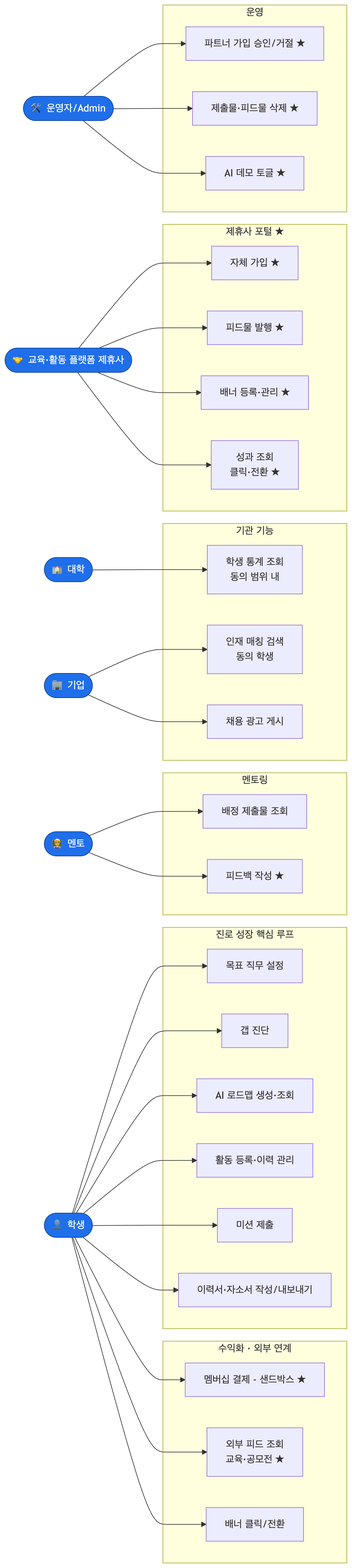
The Mermaid diagram docs/diagrams/png/1-usecase.png in hsg9013/AI-career-roadmap, before a commit. Its source is kept beside it as docs/diagrams/src/1-usecase.mmd. Its diagram source:
```mermaid
flowchart LR
  학생([👤 학생]):::actor
  멘토([🧑‍🏫 멘토]):::actor
  대학([🏫 대학]):::actor
  기업([🏢 기업]):::actor
  제휴사([🤝 교육·활동 플랫폼 제휴사]):::actor
  운영자([🛠️ 운영자/Admin]):::actor

  subgraph 진로성장["진로 성장 핵심 루프"]
    UC1[목표 직무 설정]
    UC2[갭 진단]
    UC3[AI 로드맵 생성·조회]
    UC4[활동 등록·이력 관리]
    UC5[미션 제출]
    UC6[이력서·자소서 작성/내보내기]
  end

  subgraph 멘토링["멘토링"]
    UC7[배정 제출물 조회]
    UC8[피드백 작성 ★]
  end

  subgraph 수익화["수익화 · 외부 연계"]
    UC9[멤버십 결제 - 샌드박스 ★]
    UC10[외부 피드 조회<br/>교육·공모전 ★]
    UC11[배너 클릭/전환]
  end

  subgraph 기관["기관 기능"]
    UC12[학생 통계 조회<br/>동의 범위 내]
    UC13[인재 매칭 검색<br/>동의 학생]
    UC14[채용 광고 게시]
  end

  subgraph 제휴포털["제휴사 포털 ★"]
    UC15[자체 가입 ★]
    UC16[피드물 발행 ★]
    UC17[배너 등록·관리 ★]
    UC18[성과 조회<br/>클릭·전환 ★]
  end

  subgraph 관리["운영"]
    UC19[파트너 가입 승인/거절 ★]
    UC20[제출물·피드물 삭제 ★]
    UC21[AI 데모 토글 ★]
  end

  학생 --> UC1 & UC2 & UC3 & UC4 & UC5 & UC6 & UC9 & UC10 & UC11
  멘토 --> UC7 & UC8
  대학 --> UC12
  기업 --> UC13 & UC14
  제휴사 --> UC15 & UC16 & UC17 & UC18
  운영자 --> UC19 & UC20 & UC21

  classDef actor fill:#1f6feb,color:#fff,stroke:#0b3d91,stroke-width:1px;
```
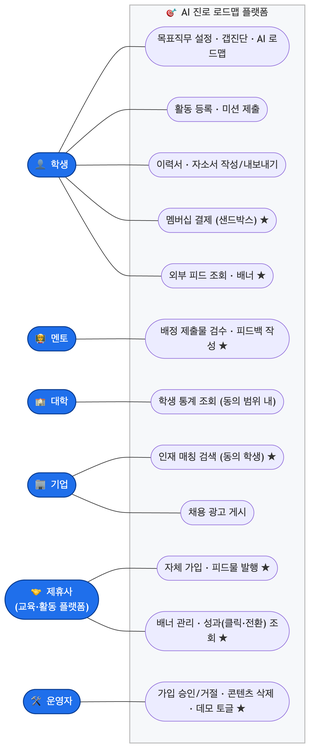
After the commit.

The edit, as a diff of the source:
```diff
@@ -1,55 +1,39 @@
 flowchart LR
-  학생([👤 학생]):::actor
-  멘토([🧑‍🏫 멘토]):::actor
-  대학([🏫 대학]):::actor
-  기업([🏢 기업]):::actor
-  제휴사([🤝 교육·활동 플랫폼 제휴사]):::actor
-  운영자([🛠️ 운영자/Admin]):::actor
+  학생(["👤 학생"]):::actor
+  멘토(["🧑‍🏫 멘토"]):::actor
+  대학(["🏫 대학"]):::actor
+  기업(["🏢 기업"]):::actor
+  제휴사(["🤝 제휴사<br/>(교육·활동 플랫폼)"]):::actor
+  운영자(["🛠️ 운영자"]):::actor
 
-  subgraph 진로성장["진로 성장 핵심 루프"]
-    UC1[목표 직무 설정]
-    UC2[갭 진단]
-    UC3[AI 로드맵 생성·조회]
-    UC4[활동 등록·이력 관리]
-    UC5[미션 제출]
-    UC6[이력서·자소서 작성/내보내기]
+  subgraph SYS["🎯 AI 진로 로드맵 플랫폼"]
+    direction TB
+    U1(["목표직무 설정 · 갭진단 · AI 로드맵"])
+    U2(["활동 등록 · 미션 제출"])
+    U3(["이력서 · 자소서 작성/내보내기"])
+    U4(["멤버십 결제 (샌드박스) ★"])
+    U5(["외부 피드 조회 · 배너 ★"])
+    M1(["배정 제출물 검수 · 피드백 작성 ★"])
+    G1(["학생 통계 조회 (동의 범위 내)"])
+    E1(["인재 매칭 검색 (동의 학생) ★"])
+    E2(["채용 광고 게시"])
+    P1(["자체 가입 · 피드물 발행 ★"])
+    P2(["배너 관리 · 성과(클릭·전환) 조회 ★"])
+    A1(["가입 승인/거절 · 콘텐츠 삭제 · 데모 토글 ★"])
   end
 
-  subgraph 멘토링["멘토링"]
-    UC7[배정 제출물 조회]
-    UC8[피드백 작성 ★]
-  end
+  학생 --- U1
+  학생 --- U2
+  학생 --- U3
+  학생 --- U4
+  학생 --- U5
+  멘토 --- M1
+  대학 --- G1
+  기업 --- E1
+  기업 --- E2
+  제휴사 --- P1
+  제휴사 --- P2
+  운영자 --- A1
 
-  subgraph 수익화["수익화 · 외부 연계"]
-    UC9[멤버십 결제 - 샌드박스 ★]
-    UC10[외부 피드 조회<br/>교육·공모전 ★]
-    UC11[배너 클릭/전환]
-  end
-
-  subgraph 기관["기관 기능"]
-    UC12[학생 통계 조회<br/>동의 범위 내]
-    UC13[인재 매칭 검색<br/>동의 학생]
-    UC14[채용 광고 게시]
-  end
-
-  subgraph 제휴포털["제휴사 포털 ★"]
-    UC15[자체 가입 ★]
-    UC16[피드물 발행 ★]
-    UC17[배너 등록·관리 ★]
-    UC18[성과 조회<br/>클릭·전환 ★]
-  end
-
-  subgraph 관리["운영"]
-    UC19[파트너 가입 승인/거절 ★]
-    UC20[제출물·피드물 삭제 ★]
-    UC21[AI 데모 토글 ★]
-  end
-
-  학생 --> UC1 & UC2 & UC3 & UC4 & UC5 & UC6 & UC9 & UC10 & UC11
-  멘토 --> UC7 & UC8
-  대학 --> UC12
-  기업 --> UC13 & UC14
-  제휴사 --> UC15 & UC16 & UC17 & UC18
-  운영자 --> UC19 & UC20 & UC21
-
-  classDef actor fill:#1f6feb,color:#fff,stroke:#0b3d91,stroke-width:1px;
+  classDef actor fill:#1f6feb,color:#fff,stroke:#0b3d91,stroke-width:1.5px;
+  style SYS fill:#f6f8fa,stroke:#bbb,stroke-width:1.5px;
```
